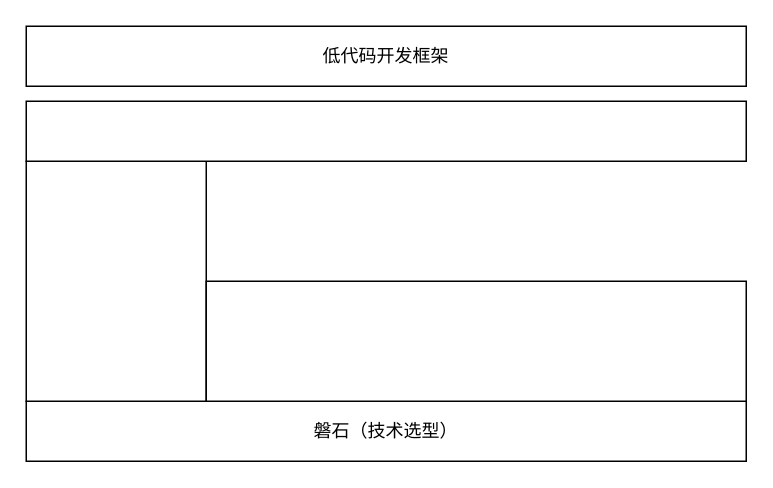
Before: 低——研究内容——低代码开发框架.drawio in tangyaosimida/love, a draw.io diagram. Source tidied: cells renumbered, new cells numbered last; positions are measured from the earlier drawing's top-left corner, leaving out a move shared by most shapes. Both pictures are drawn from the tidied source at 150%, with x=0, y=0 at pixel (26, 26).
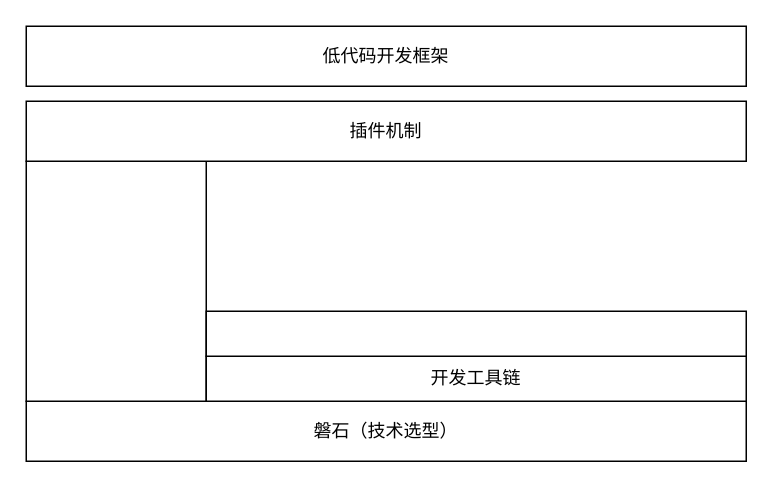
The same page after the edit.

Commit message (it also covers changes not shown here):
更新低——研究内容——低代码开发框架.drawio

Change to the diagram source:
```diff
@@
 <mxGraphModel>
   <root>
     <mxCell id="0" />
     <mxCell id="1" parent="0" />
     <mxCell id="2" value="磐石（技术选型）" style="rounded=0;whiteSpace=wrap;html=1;" parent="1" vertex="1">
       <mxGeometry y="250" width="480" height="40" as="geometry" />
     </mxCell>
     <mxCell id="3" style="rounded=0;whiteSpace=wrap;html=1;" parent="1" vertex="1">
       <mxGeometry y="90" width="120" height="160" as="geometry" />
     </mxCell>
-    <mxCell id="4" style="rounded=0;whiteSpace=wrap;html=1;" parent="1" vertex="1">
-      <mxGeometry x="120" y="170" width="360" height="80" as="geometry" />
+    <mxCell id="4" value="开发工具链" style="rounded=0;whiteSpace=wrap;html=1;" parent="1" vertex="1">
+      <mxGeometry x="120" y="220" width="360" height="30" as="geometry" />
     </mxCell>
-    <mxCell id="5" style="rounded=0;whiteSpace=wrap;html=1;" parent="1" vertex="1">
+    <mxCell id="5" value="插件机制" style="rounded=0;whiteSpace=wrap;html=1;" parent="1" vertex="1">
       <mxGeometry y="50" width="480" height="40" as="geometry" />
     </mxCell>
     <mxCell id="6" value="低代码开发框架" style="rounded=0;whiteSpace=wrap;html=1;" parent="1" vertex="1">
       <mxGeometry width="480" height="40" as="geometry" />
     </mxCell>
+    <mxCell id="7" style="rounded=0;whiteSpace=wrap;html=1;" parent="1" vertex="1">
+      <mxGeometry x="120" y="190" width="360" height="30" as="geometry" />
+    </mxCell>
   </root>
 </mxGraphModel>
```
